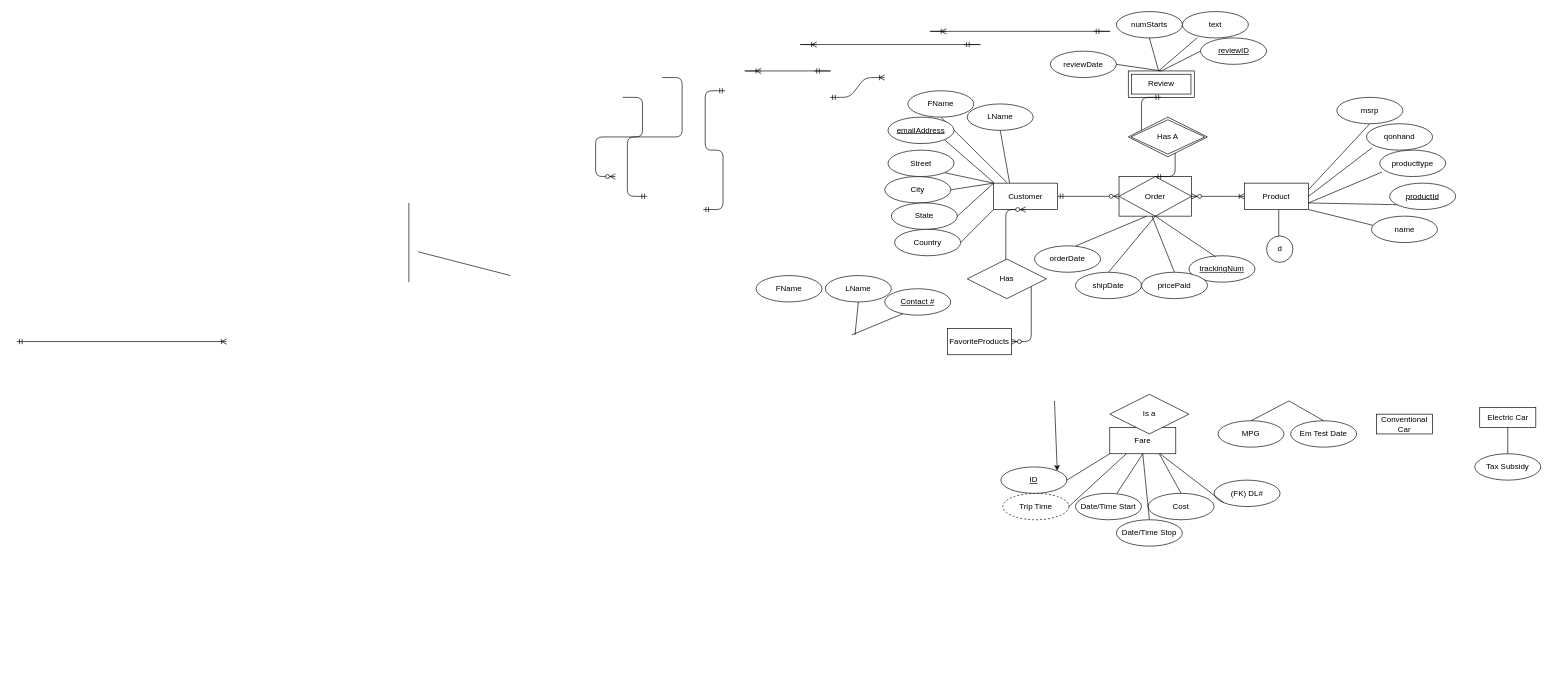
Earlier version of the draw.io diagram Quiz1_ERD.drawio (greermp/7212). Source tidied: cells renumbered, new cells numbered last; positions are measured from the earlier drawing's top-left corner, leaving out a move shared by most shapes. Both pictures are drawn from the tidied source at 66%, with x=0, y=0 at pixel (16, 11).
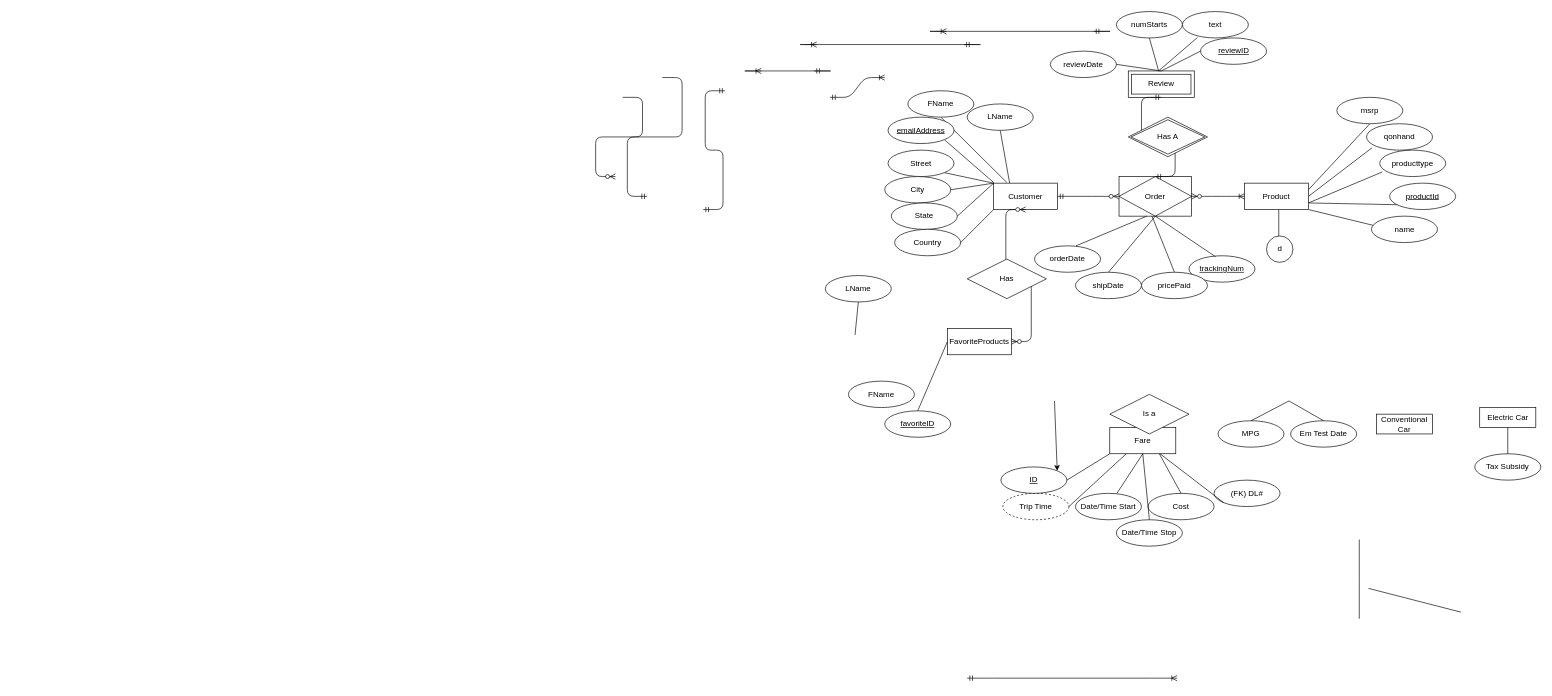
The same diagram, later.

Unchanged cells that the change refers to:
```xml
<mxCell id="32" value="FavoriteProducts" style="whiteSpace=wrap;html=1;align=center;" parent="1" vertex="1">
  <mxGeometry x="1410" y="480" width="97" height="40" as="geometry" />
</mxCell>
```

The edit, as a diff of the source:
```diff
@@
     <mxCell id="33" value="FName" style="ellipse;whiteSpace=wrap;html=1;align=center;" parent="1" vertex="1">
-      <mxGeometry x="1120" y="400" width="100" height="40" as="geometry" />
+      <mxGeometry x="1260" y="560" width="100" height="40" as="geometry" />
     </mxCell>
@@
-    <mxCell id="35" value="&lt;u&gt;Contact #&lt;/u&gt;" style="ellipse;whiteSpace=wrap;html=1;align=center;" parent="1" vertex="1">
-      <mxGeometry x="1315" y="420" width="100" height="40" as="geometry" />
+    <mxCell id="35" value="&lt;u&gt;favoriteID&lt;/u&gt;" style="ellipse;whiteSpace=wrap;html=1;align=center;" parent="1" vertex="1">
+      <mxGeometry x="1315" y="605" width="100" height="40" as="geometry" />
     </mxCell>
-    <mxCell id="36" style="endArrow=none;html=1;rounded=0;strokeColor=#000000;entryX=0.274;entryY=0.948;entryDx=0;entryDy=0;entryPerimeter=0;" parent="1" edge="1" target="35">
+    <mxCell id="36" style="endArrow=none;html=1;rounded=0;strokeColor=#000000;exitX=0;exitY=0.5;exitDx=0;exitDy=0;" parent="1" edge="1" source="32">
       <mxGeometry relative="1" as="geometry">
-        <mxPoint x="1265" y="490" as="sourcePoint" />
+        <mxPoint x="1365" y="605" as="targetPoint" />
       </mxGeometry>
     </mxCell>
@@
     <mxCell id="63" style="edgeStyle=entityRelationEdgeStyle;fontSize=12;html=1;endArrow=ERoneToMany;startArrow=ERmandOne;strokeColor=#000000;exitX=1;exitY=0.5;exitDx=0;exitDy=0;" parent="1" edge="1">
       <mxGeometry relative="1" as="geometry">
-        <mxPoint y="500" as="sourcePoint" />
-        <mxPoint x="318" y="500" as="targetPoint" />
+        <mxPoint x="1440" y="1010" as="sourcePoint" />
+        <mxPoint x="1758" y="1010" as="targetPoint" />
       </mxGeometry>
     </mxCell>
     <mxCell id="64" style="endArrow=none;html=1;" parent="1" edge="1">
       <mxGeometry relative="1" as="geometry">
-        <mxPoint x="594" y="350" as="sourcePoint" />
-        <mxPoint x="594" y="290" as="targetPoint" />
+        <mxPoint x="2034" y="860" as="sourcePoint" />
+        <mxPoint x="2034" y="800" as="targetPoint" />
       </mxGeometry>
     </mxCell>
     <mxCell id="65" style="endArrow=none;html=1;" parent="1" edge="1">
       <mxGeometry relative="1" as="geometry">
-        <mxPoint x="594" y="410" as="sourcePoint" />
-        <mxPoint x="594" y="350" as="targetPoint" />
+        <mxPoint x="2034" y="920" as="sourcePoint" />
+        <mxPoint x="2034" y="860" as="targetPoint" />
       </mxGeometry>
     </mxCell>
     <mxCell id="66" style="endArrow=none;html=1;entryX=0.5;entryY=0;entryDx=0;entryDy=0;" parent="1" edge="1">
       <mxGeometry relative="1" as="geometry">
-        <mxPoint x="608" y="364" as="sourcePoint" />
-        <mxPoint x="748" y="400" as="targetPoint" />
+        <mxPoint x="2048" y="874" as="sourcePoint" />
+        <mxPoint x="2188" y="910" as="targetPoint" />
       </mxGeometry>
     </mxCell>
```
